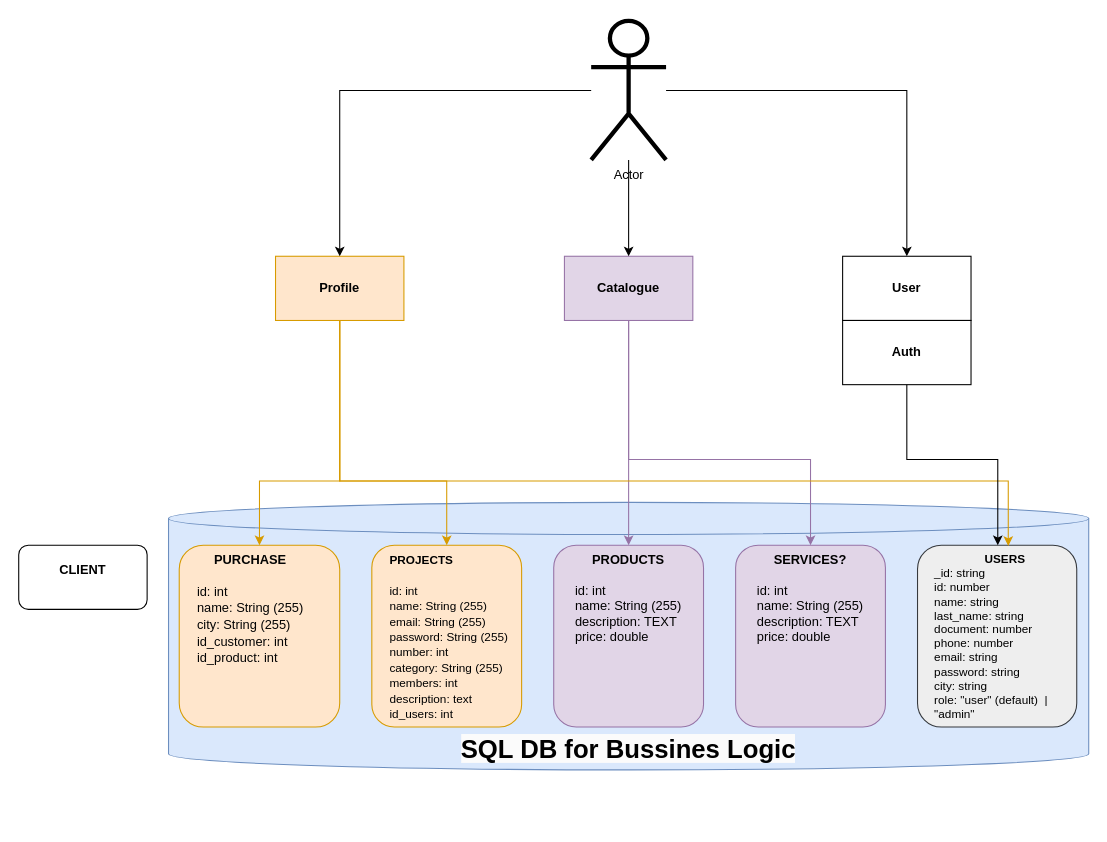
Earlier version of the draw.io diagram Diagrama sin título.drawio (samuelquisol/Future-Projection). Source tidied: cells renumbered, new cells numbered last; positions are measured from the earlier drawing's top-left corner, leaving out a move shared by most shapes. Both pictures are drawn from the tidied source at 107%, with x=0, y=0 at pixel (18, 20).
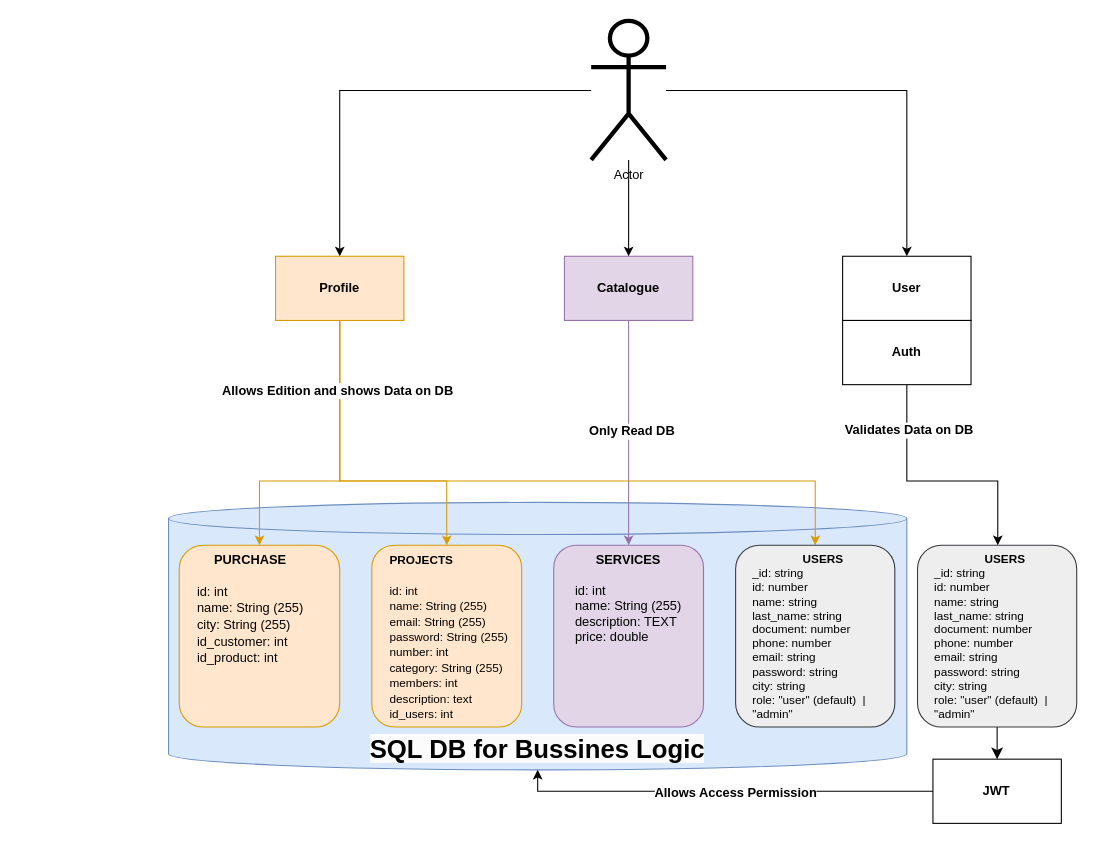
The same diagram, later.

Commit message:
Diagrama de Arquitectura

The change refers to these unchanged cells:
```xml
<mxCell id="3" value="&lt;b&gt;Auth&lt;/b&gt;" style="whiteSpace=wrap;html=1;" parent="1" vertex="1">
  <mxGeometry x="770" y="280" width="120" height="60" as="geometry" />
</mxCell>
<mxCell id="8" value="&lt;b&gt;Catalogue&lt;/b&gt;" style="rounded=0;whiteSpace=wrap;html=1;fillColor=#e1d5e7;strokeColor=#9673a6;" parent="1" vertex="1">
  <mxGeometry x="510" y="220" width="120" height="60" as="geometry" />
</mxCell>
<mxCell id="11" value="&lt;b&gt;Profile&lt;/b&gt;" style="whiteSpace=wrap;html=1;fillColor=#ffe6cc;strokeColor=#d79b00;" parent="1" vertex="1">
  <mxGeometry x="240" y="220" width="120" height="60" as="geometry" />
</mxCell>
<mxCell id="20" value="&lt;span data-lucid-content=&quot;{&amp;quot;t&amp;quot;:&amp;quot;USERS\nid: int\nnombre. String (255)\napellido.: String (255)\ndocumento: Float\ncelulart. Float\nemail: String (255)\ncontraseña String (255)\nciudad: String (255)\nrol: String (255)&amp;quot;,&amp;quot;m&amp;quot;:[{&amp;quot;s&amp;quot;:0,&amp;quot;n&amp;quot;:&amp;quot;a&amp;quot;,&amp;quot;v&amp;quot;:&amp;quot;center&amp;quot;}]}&quot; style=&quot;font-size: 11px;&quot;&gt;&lt;b style=&quot;font-size: 11px;&quot;&gt;USERS&lt;/b&gt;&lt;br style=&quot;font-size: 11px;&quot;&gt;&lt;div style=&quot;text-align: left; font-size: 11px;&quot;&gt;&lt;span data-lucid-content=&quot;{&amp;quot;t&amp;quot;:&amp;quot;id: int\nnombre. String (255)\napellido.: String (255)\ndocumento: Float\ncelulart. Float\nemail: String (255)\ncontraseña String (255)\nciudad: String (255)\nrol: String (255)&amp;quot;,&amp;quot;m&amp;quot;:[]}&quot;&gt;_id: string&lt;/span&gt;&lt;/div&gt;&lt;div style=&quot;text-align: left; font-size: 11px;&quot;&gt;&lt;div&gt;id: number&lt;/div&gt;&lt;div&gt;name: string&lt;/div&gt;&lt;div&gt;last_name: string&lt;/div&gt;&lt;div&gt;document: number&lt;/div&gt;&lt;div&gt;phone: number&lt;/div&gt;&lt;div&gt;email: string&lt;/div&gt;&lt;div&gt;password: string&lt;/div&gt;&lt;div&gt;city: string&lt;/div&gt;&lt;div&gt;role: &quot;user&quot; (default)&amp;nbsp; | &quot;admin&quot;&lt;/div&gt;&lt;/div&gt;&lt;/span&gt;" style="rounded=1;whiteSpace=wrap;html=1;fontSize=11;verticalAlign=top;fillColor=#eeeeee;strokeColor=#36393d;spacingLeft=15;spacingTop=0;" parent="1" vertex="1">
  <mxGeometry x="840" y="490" width="148.8" height="170" as="geometry" />
</mxCell>
```

What changed in the source:
```diff
@@
     <mxCell id="4" style="shape=cylinder3;whiteSpace=wrap;html=1;boundedLbl=1;backgroundOutline=1;size=15;labelBorderColor=#99CCFF;fillColor=#dae8fc;strokeColor=#6c8ebf;" parent="1" vertex="1">
-      <mxGeometry x="140" y="450" width="860" height="250" as="geometry" />
+      <mxGeometry x="140" y="450" width="690" height="250" as="geometry" />
     </mxCell>
     <mxCell id="5" value="&lt;b style=&quot;forced-color-adjust: none; color: rgb(0, 0, 0); font-family: Helvetica; font-size: 24px; font-style: normal; font-variant-ligatures: normal; font-variant-caps: normal; letter-spacing: normal; orphans: 2; text-indent: 0px; text-transform: none; widows: 2; word-spacing: 0px; -webkit-text-stroke-width: 0px; white-space: normal; background-color: rgb(251, 251, 251); text-decoration-thickness: initial; text-decoration-style: initial; text-decoration-color: initial;&quot;&gt;SQL DB for Bussines Logic&lt;/b&gt;" style="text;whiteSpace=wrap;html=1;strokeWidth=7;fontSize=24;align=center;" parent="1" vertex="1">
-      <mxGeometry x="405" y="660" width="330" height="40" as="geometry" />
+      <mxGeometry x="320" y="660" width="330" height="40" as="geometry" />
     </mxCell>
-    <mxCell id="6" style="edgeStyle=orthogonalEdgeStyle;rounded=0;jettySize=auto;html=1;fillColor=#e1d5e7;strokeColor=#9673a6;" parent="1" edge="1" source="8" target="14">
-      <mxGeometry relative="1" as="geometry" />
-    </mxCell>
     <mxCell id="7" style="edgeStyle=orthogonalEdgeStyle;rounded=0;jettySize=auto;html=1;fillColor=#e1d5e7;strokeColor=#9673a6;" parent="1" edge="1" source="8" target="15">
       <mxGeometry relative="1" as="geometry">
         <Array as="points">
-          <mxPoint x="570" y="410" />
-          <mxPoint x="740" y="410" />
+          <mxPoint x="570" y="420" />
+          <mxPoint x="570" y="420" />
         </Array>
       </mxGeometry>
     </mxCell>
+    <mxCell id="24" value="&lt;b&gt;Only Read DB&lt;/b&gt;" style="edgeLabel;html=1;align=center;verticalAlign=middle;fontSize=12;" parent="7" vertex="1">
+      <mxGeometry x="-0.02" y="2" relative="1" as="geometry" />
+    </mxCell>
@@
-    <mxCell id="14" value="&lt;span data-lucid-content=&quot;{&amp;quot;t&amp;quot;:&amp;quot;PRODUCTO\n\n-id: int\n-nombre: String (255)\n-descripcion: TEXT\n-precio: double&amp;quot;,&amp;quot;m&amp;quot;:[{&amp;quot;s&amp;quot;:0,&amp;quot;n&amp;quot;:&amp;quot;a&amp;quot;,&amp;quot;v&amp;quot;:&amp;quot;center&amp;quot;},{&amp;quot;s&amp;quot;:0,&amp;quot;n&amp;quot;:&amp;quot;fsp&amp;quot;,&amp;quot;v&amp;quot;:&amp;quot;ss_presetShapeStyle1_textStyle&amp;quot;,&amp;quot;e&amp;quot;:40},{&amp;quot;s&amp;quot;:0,&amp;quot;n&amp;quot;:&amp;quot;fsp2&amp;quot;,&amp;quot;v&amp;quot;:&amp;quot;ss_presetShapeStyle1_textStyle&amp;quot;,&amp;quot;e&amp;quot;:40},{&amp;quot;s&amp;quot;:9,&amp;quot;n&amp;quot;:&amp;quot;a&amp;quot;,&amp;quot;v&amp;quot;:&amp;quot;left&amp;quot;},{&amp;quot;s&amp;quot;:10,&amp;quot;n&amp;quot;:&amp;quot;a&amp;quot;,&amp;quot;v&amp;quot;:&amp;quot;left&amp;quot;},{&amp;quot;s&amp;quot;:19,&amp;quot;n&amp;quot;:&amp;quot;a&amp;quot;,&amp;quot;v&amp;quot;:&amp;quot;left&amp;quot;},{&amp;quot;s&amp;quot;:40,&amp;quot;n&amp;quot;:&amp;quot;c&amp;quot;,&amp;quot;v&amp;quot;:&amp;quot;#282c33ff&amp;quot;,&amp;quot;e&amp;quot;:42},{&amp;quot;s&amp;quot;:40,&amp;quot;n&amp;quot;:&amp;quot;fsp&amp;quot;,&amp;quot;v&amp;quot;:&amp;quot;ss_presetShapeStyle4_textStyle&amp;quot;,&amp;quot;e&amp;quot;:42},{&amp;quot;s&amp;quot;:40,&amp;quot;n&amp;quot;:&amp;quot;fsp2&amp;quot;,&amp;quot;v&amp;quot;:&amp;quot;ss_presetShapeStyle4_textStyle&amp;quot;,&amp;quot;e&amp;quot;:42},{&amp;quot;s&amp;quot;:41,&amp;quot;n&amp;quot;:&amp;quot;a&amp;quot;,&amp;quot;v&amp;quot;:&amp;quot;left&amp;quot;},{&amp;quot;s&amp;quot;:42,&amp;quot;n&amp;quot;:&amp;quot;c&amp;quot;,&amp;quot;v&amp;quot;:&amp;quot;#000000ff&amp;quot;,&amp;quot;e&amp;quot;:75},{&amp;quot;s&amp;quot;:42,&amp;quot;n&amp;quot;:&amp;quot;fsp&amp;quot;,&amp;quot;v&amp;quot;:&amp;quot;ss_presetShapeStyle5_textStyle&amp;quot;,&amp;quot;e&amp;quot;:75},{&amp;quot;s&amp;quot;:42,&amp;quot;n&amp;quot;:&amp;quot;fsp2&amp;quot;,&amp;quot;v&amp;quot;:&amp;quot;ss_presetShapeStyle5_textStyle&amp;quot;,&amp;quot;e&amp;quot;:75},{&amp;quot;s&amp;quot;:60,&amp;quot;n&amp;quot;:&amp;quot;a&amp;quot;,&amp;quot;v&amp;quot;:&amp;quot;left&amp;quot;}]}&quot;&gt;&lt;b&gt;PRODUCTS&lt;br&gt;&lt;/b&gt;&lt;br&gt;&lt;div style=&quot;text-align: left;&quot;&gt;&lt;div&gt;id: int&lt;/div&gt;&lt;div&gt;name: String (255)&lt;/div&gt;&lt;div&gt;description: TEXT&lt;/div&gt;&lt;div&gt;price: double&lt;/div&gt;&lt;/div&gt;&lt;/span&gt;" style="rounded=1;whiteSpace=wrap;html=1;verticalAlign=top;fillColor=#e1d5e7;strokeColor=#9673a6;" parent="1" vertex="1">
-      <mxGeometry x="500" y="490" width="140" height="170" as="geometry" />
-    </mxCell>
-    <mxCell id="15" value="&lt;span data-lucid-content=&quot;{&amp;quot;t&amp;quot;:&amp;quot;PRODUCTO\n\n-id: int\n-nombre: String (255)\n-descripcion: TEXT\n-precio: double&amp;quot;,&amp;quot;m&amp;quot;:[{&amp;quot;s&amp;quot;:0,&amp;quot;n&amp;quot;:&amp;quot;a&amp;quot;,&amp;quot;v&amp;quot;:&amp;quot;center&amp;quot;},{&amp;quot;s&amp;quot;:0,&amp;quot;n&amp;quot;:&amp;quot;fsp&amp;quot;,&amp;quot;v&amp;quot;:&amp;quot;ss_presetShapeStyle1_textStyle&amp;quot;,&amp;quot;e&amp;quot;:40},{&amp;quot;s&amp;quot;:0,&amp;quot;n&amp;quot;:&amp;quot;fsp2&amp;quot;,&amp;quot;v&amp;quot;:&amp;quot;ss_presetShapeStyle1_textStyle&amp;quot;,&amp;quot;e&amp;quot;:40},{&amp;quot;s&amp;quot;:9,&amp;quot;n&amp;quot;:&amp;quot;a&amp;quot;,&amp;quot;v&amp;quot;:&amp;quot;left&amp;quot;},{&amp;quot;s&amp;quot;:10,&amp;quot;n&amp;quot;:&amp;quot;a&amp;quot;,&amp;quot;v&amp;quot;:&amp;quot;left&amp;quot;},{&amp;quot;s&amp;quot;:19,&amp;quot;n&amp;quot;:&amp;quot;a&amp;quot;,&amp;quot;v&amp;quot;:&amp;quot;left&amp;quot;},{&amp;quot;s&amp;quot;:40,&amp;quot;n&amp;quot;:&amp;quot;c&amp;quot;,&amp;quot;v&amp;quot;:&amp;quot;#282c33ff&amp;quot;,&amp;quot;e&amp;quot;:42},{&amp;quot;s&amp;quot;:40,&amp;quot;n&amp;quot;:&amp;quot;fsp&amp;quot;,&amp;quot;v&amp;quot;:&amp;quot;ss_presetShapeStyle4_textStyle&amp;quot;,&amp;quot;e&amp;quot;:42},{&amp;quot;s&amp;quot;:40,&amp;quot;n&amp;quot;:&amp;quot;fsp2&amp;quot;,&amp;quot;v&amp;quot;:&amp;quot;ss_presetShapeStyle4_textStyle&amp;quot;,&amp;quot;e&amp;quot;:42},{&amp;quot;s&amp;quot;:41,&amp;quot;n&amp;quot;:&amp;quot;a&amp;quot;,&amp;quot;v&amp;quot;:&amp;quot;left&amp;quot;},{&amp;quot;s&amp;quot;:42,&amp;quot;n&amp;quot;:&amp;quot;c&amp;quot;,&amp;quot;v&amp;quot;:&amp;quot;#000000ff&amp;quot;,&amp;quot;e&amp;quot;:75},{&amp;quot;s&amp;quot;:42,&amp;quot;n&amp;quot;:&amp;quot;fsp&amp;quot;,&amp;quot;v&amp;quot;:&amp;quot;ss_presetShapeStyle5_textStyle&amp;quot;,&amp;quot;e&amp;quot;:75},{&amp;quot;s&amp;quot;:42,&amp;quot;n&amp;quot;:&amp;quot;fsp2&amp;quot;,&amp;quot;v&amp;quot;:&amp;quot;ss_presetShapeStyle5_textStyle&amp;quot;,&amp;quot;e&amp;quot;:75},{&amp;quot;s&amp;quot;:60,&amp;quot;n&amp;quot;:&amp;quot;a&amp;quot;,&amp;quot;v&amp;quot;:&amp;quot;left&amp;quot;}]}&quot;&gt;&lt;b&gt;SERVICES?&lt;/b&gt;&lt;br&gt;&lt;br&gt;&lt;div style=&quot;text-align: left;&quot;&gt;&lt;div&gt;id: int&lt;/div&gt;&lt;div&gt;name: String (255)&lt;/div&gt;&lt;div&gt;description: TEXT&lt;/div&gt;&lt;div&gt;price: double&lt;/div&gt;&lt;/div&gt;&lt;/span&gt;" style="rounded=1;whiteSpace=wrap;html=1;verticalAlign=top;fillColor=#e1d5e7;strokeColor=#9673a6;" parent="1" vertex="1">
-      <mxGeometry x="670" y="490" width="140" height="170" as="geometry" />
+    <mxCell id="15" value="&lt;span data-lucid-content=&quot;{&amp;quot;t&amp;quot;:&amp;quot;PRODUCTO\n\n-id: int\n-nombre: String (255)\n-descripcion: TEXT\n-precio: double&amp;quot;,&amp;quot;m&amp;quot;:[{&amp;quot;s&amp;quot;:0,&amp;quot;n&amp;quot;:&amp;quot;a&amp;quot;,&amp;quot;v&amp;quot;:&amp;quot;center&amp;quot;},{&amp;quot;s&amp;quot;:0,&amp;quot;n&amp;quot;:&amp;quot;fsp&amp;quot;,&amp;quot;v&amp;quot;:&amp;quot;ss_presetShapeStyle1_textStyle&amp;quot;,&amp;quot;e&amp;quot;:40},{&amp;quot;s&amp;quot;:0,&amp;quot;n&amp;quot;:&amp;quot;fsp2&amp;quot;,&amp;quot;v&amp;quot;:&amp;quot;ss_presetShapeStyle1_textStyle&amp;quot;,&amp;quot;e&amp;quot;:40},{&amp;quot;s&amp;quot;:9,&amp;quot;n&amp;quot;:&amp;quot;a&amp;quot;,&amp;quot;v&amp;quot;:&amp;quot;left&amp;quot;},{&amp;quot;s&amp;quot;:10,&amp;quot;n&amp;quot;:&amp;quot;a&amp;quot;,&amp;quot;v&amp;quot;:&amp;quot;left&amp;quot;},{&amp;quot;s&amp;quot;:19,&amp;quot;n&amp;quot;:&amp;quot;a&amp;quot;,&amp;quot;v&amp;quot;:&amp;quot;left&amp;quot;},{&amp;quot;s&amp;quot;:40,&amp;quot;n&amp;quot;:&amp;quot;c&amp;quot;,&amp;quot;v&amp;quot;:&amp;quot;#282c33ff&amp;quot;,&amp;quot;e&amp;quot;:42},{&amp;quot;s&amp;quot;:40,&amp;quot;n&amp;quot;:&amp;quot;fsp&amp;quot;,&amp;quot;v&amp;quot;:&amp;quot;ss_presetShapeStyle4_textStyle&amp;quot;,&amp;quot;e&amp;quot;:42},{&amp;quot;s&amp;quot;:40,&amp;quot;n&amp;quot;:&amp;quot;fsp2&amp;quot;,&amp;quot;v&amp;quot;:&amp;quot;ss_presetShapeStyle4_textStyle&amp;quot;,&amp;quot;e&amp;quot;:42},{&amp;quot;s&amp;quot;:41,&amp;quot;n&amp;quot;:&amp;quot;a&amp;quot;,&amp;quot;v&amp;quot;:&amp;quot;left&amp;quot;},{&amp;quot;s&amp;quot;:42,&amp;quot;n&amp;quot;:&amp;quot;c&amp;quot;,&amp;quot;v&amp;quot;:&amp;quot;#000000ff&amp;quot;,&amp;quot;e&amp;quot;:75},{&amp;quot;s&amp;quot;:42,&amp;quot;n&amp;quot;:&amp;quot;fsp&amp;quot;,&amp;quot;v&amp;quot;:&amp;quot;ss_presetShapeStyle5_textStyle&amp;quot;,&amp;quot;e&amp;quot;:75},{&amp;quot;s&amp;quot;:42,&amp;quot;n&amp;quot;:&amp;quot;fsp2&amp;quot;,&amp;quot;v&amp;quot;:&amp;quot;ss_presetShapeStyle5_textStyle&amp;quot;,&amp;quot;e&amp;quot;:75},{&amp;quot;s&amp;quot;:60,&amp;quot;n&amp;quot;:&amp;quot;a&amp;quot;,&amp;quot;v&amp;quot;:&amp;quot;left&amp;quot;}]}&quot;&gt;&lt;b&gt;SERVICES&lt;/b&gt;&lt;br&gt;&lt;br&gt;&lt;div style=&quot;text-align: left;&quot;&gt;&lt;div&gt;id: int&lt;/div&gt;&lt;div&gt;name: String (255)&lt;/div&gt;&lt;div&gt;description: TEXT&lt;/div&gt;&lt;div&gt;price: double&lt;/div&gt;&lt;/div&gt;&lt;/span&gt;" style="rounded=1;whiteSpace=wrap;html=1;verticalAlign=top;fillColor=#e1d5e7;strokeColor=#9673a6;" parent="1" vertex="1">
+      <mxGeometry x="500" y="490" width="140" height="170" as="geometry" />
     </mxCell>
@@
+    <mxCell id="25" style="edgeStyle=none;curved=1;rounded=0;jettySize=auto;html=1;entryX=0.5;entryY=0;entryDx=0;entryDy=0;fontSize=12;startSize=8;endSize=8;" parent="1" edge="1" source="20" target="29">
+      <mxGeometry relative="1" as="geometry" />
+    </mxCell>
@@
-    <mxCell id="21" style="edgeStyle=orthogonalEdgeStyle;rounded=0;jettySize=auto;html=1;entryX=0.57;entryY=0.004;entryDx=0;entryDy=0;entryPerimeter=0;fillColor=#ffe6cc;strokeColor=#d79b00;" parent="1" edge="1" source="11" target="20">
+    <mxCell id="21" style="edgeStyle=orthogonalEdgeStyle;rounded=0;jettySize=auto;html=1;entryX=0.5;entryY=0;entryDx=0;entryDy=0;fillColor=#ffe6cc;strokeColor=#d79b00;" parent="1" edge="1" source="11" target="28">
       <mxGeometry relative="1" as="geometry">
         <Array as="points">
           <mxPoint x="300" y="430" />
-          <mxPoint x="925" y="430" />
+          <mxPoint x="744" y="430" />
         </Array>
       </mxGeometry>
     </mxCell>
+    <mxCell id="26" value="&lt;b&gt;Allows Edition and shows Data on DB&lt;/b&gt;" style="edgeLabel;html=1;align=center;verticalAlign=middle;fontSize=12;" parent="21" vertex="1">
+      <mxGeometry x="-0.8" y="-3" relative="1" as="geometry" />
+    </mxCell>
     <mxCell id="22" style="edgeStyle=orthogonalEdgeStyle;rounded=0;jettySize=auto;html=1;exitX=0.5;exitY=1;exitDx=0;exitDy=0;" parent="1" edge="1" source="3" target="20">
       <mxGeometry relative="1" as="geometry">
         <Array as="points">
-          <mxPoint x="830" y="410" />
-          <mxPoint x="915" y="410" />
+          <mxPoint x="830" y="430" />
+          <mxPoint x="915" y="430" />
         </Array>
       </mxGeometry>
     </mxCell>
-    <mxCell id="23" value="&lt;b&gt;CLIENT&lt;/b&gt;&lt;div&gt;&lt;b&gt;&lt;br&gt;&lt;/b&gt;&lt;/div&gt;" style="rounded=1;whiteSpace=wrap;html=1;" parent="1" vertex="1">
-      <mxGeometry y="490" width="120" height="60" as="geometry" />
-    </mxCell>
+    <mxCell id="27" value="&lt;b&gt;Validates Data on DB&lt;/b&gt;" style="edgeLabel;html=1;align=center;verticalAlign=middle;fontSize=12;" parent="22" vertex="1">
+      <mxGeometry x="-0.64" y="1" relative="1" as="geometry" />
+    </mxCell>
+    <mxCell id="28" value="&lt;span data-lucid-content=&quot;{&amp;quot;t&amp;quot;:&amp;quot;USERS\nid: int\nnombre. String (255)\napellido.: String (255)\ndocumento: Float\ncelulart. Float\nemail: String (255)\ncontraseña String (255)\nciudad: String (255)\nrol: String (255)&amp;quot;,&amp;quot;m&amp;quot;:[{&amp;quot;s&amp;quot;:0,&amp;quot;n&amp;quot;:&amp;quot;a&amp;quot;,&amp;quot;v&amp;quot;:&amp;quot;center&amp;quot;}]}&quot; style=&quot;font-size: 11px;&quot;&gt;&lt;b style=&quot;font-size: 11px;&quot;&gt;USERS&lt;/b&gt;&lt;br style=&quot;font-size: 11px;&quot;&gt;&lt;div style=&quot;text-align: left; font-size: 11px;&quot;&gt;&lt;span data-lucid-content=&quot;{&amp;quot;t&amp;quot;:&amp;quot;id: int\nnombre. String (255)\napellido.: String (255)\ndocumento: Float\ncelulart. Float\nemail: String (255)\ncontraseña String (255)\nciudad: String (255)\nrol: String (255)&amp;quot;,&amp;quot;m&amp;quot;:[]}&quot;&gt;_id: string&lt;/span&gt;&lt;/div&gt;&lt;div style=&quot;text-align: left; font-size: 11px;&quot;&gt;&lt;div&gt;id: number&lt;/div&gt;&lt;div&gt;name: string&lt;/div&gt;&lt;div&gt;last_name: string&lt;/div&gt;&lt;div&gt;document: number&lt;/div&gt;&lt;div&gt;phone: number&lt;/div&gt;&lt;div&gt;email: string&lt;/div&gt;&lt;div&gt;password: string&lt;/div&gt;&lt;div&gt;city: string&lt;/div&gt;&lt;div&gt;role: &quot;user&quot; (default)&amp;nbsp; | &quot;admin&quot;&lt;/div&gt;&lt;/div&gt;&lt;/span&gt;" style="rounded=1;whiteSpace=wrap;html=1;fontSize=11;verticalAlign=top;fillColor=#eeeeee;strokeColor=#36393d;spacingLeft=15;spacingTop=0;" parent="1" vertex="1">
+      <mxGeometry x="670" y="490" width="148.8" height="170" as="geometry" />
+    </mxCell>
+    <mxCell id="29" value="&lt;b&gt;JWT&lt;/b&gt;" style="whiteSpace=wrap;html=1;" parent="1" vertex="1">
+      <mxGeometry x="854.4" y="690" width="120" height="60" as="geometry" />
+    </mxCell>
+    <mxCell id="30" style="edgeStyle=orthogonalEdgeStyle;rounded=0;jettySize=auto;html=1;exitX=0;exitY=0.5;exitDx=0;exitDy=0;entryX=0.5;entryY=1;entryDx=0;entryDy=0;" parent="1" edge="1" source="29" target="5">
+      <mxGeometry relative="1" as="geometry">
+        <Array as="points">
+          <mxPoint x="485" y="720" />
+        </Array>
+      </mxGeometry>
+    </mxCell>
+    <mxCell id="31" value="&lt;b&gt;Allows Access Permission&lt;/b&gt;" style="edgeLabel;html=1;align=center;verticalAlign=middle;fontSize=12;" parent="30" vertex="1">
+      <mxGeometry x="-0.05" y="1" relative="1" as="geometry" />
+    </mxCell>
```
